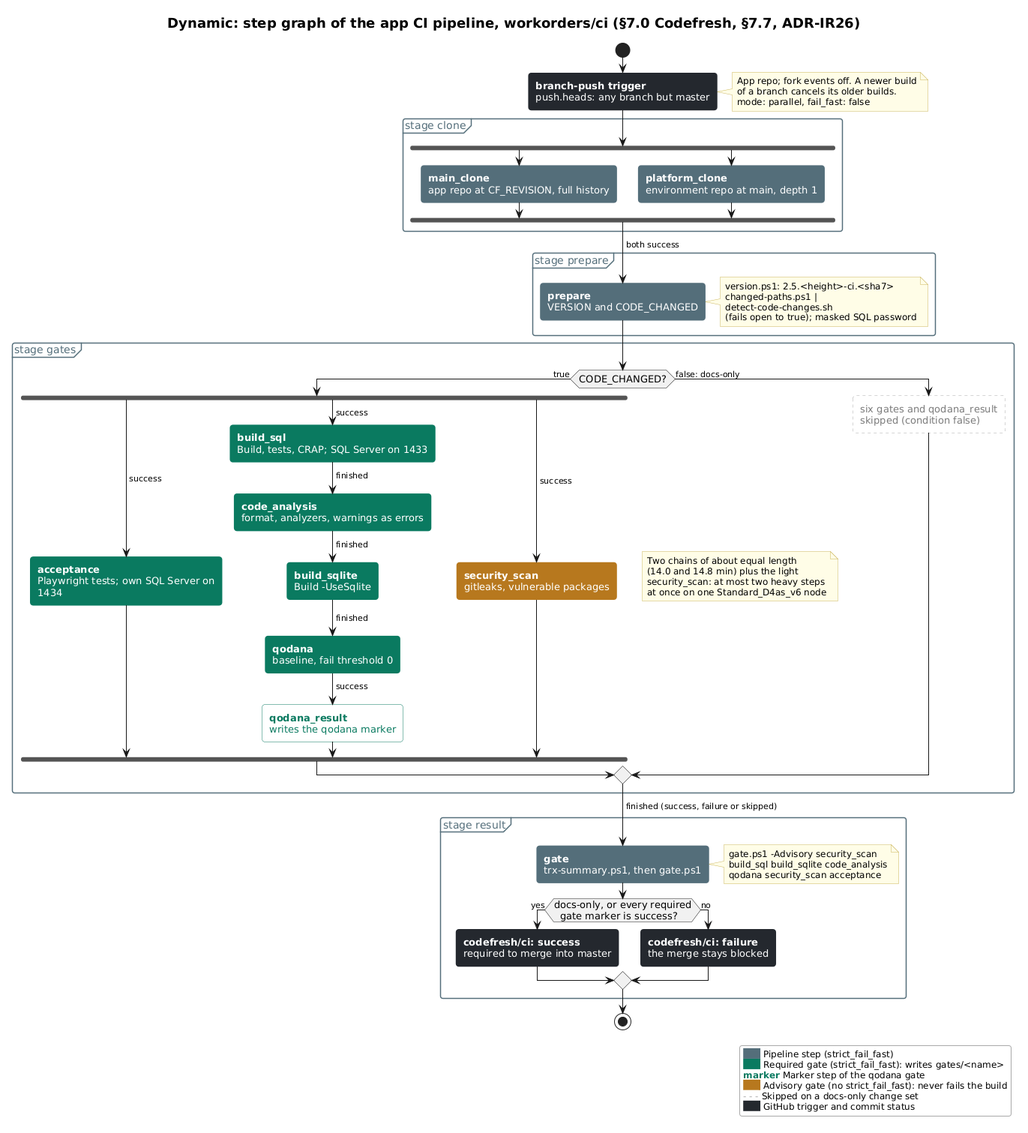
This is design/diagrams/dyn-ci-pipeline.png from clearmeasure-aisf-sample-apps/basic-environment-octopus-codefresh, a PlantUML export, as it was before one commit.
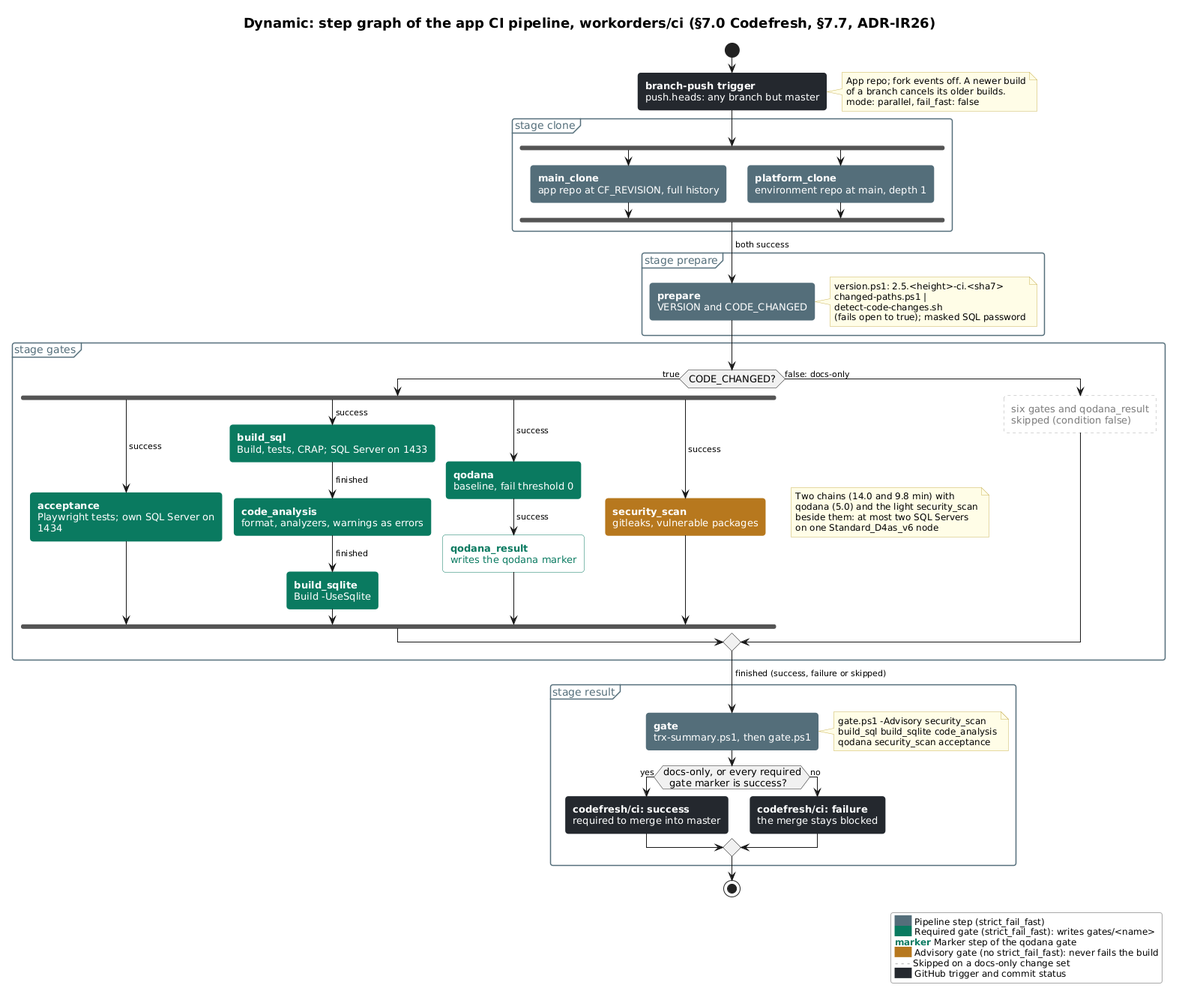
Above is the later version.

Commit message:
workorders: run qodana beside the gate chains (criterion 8 fallback)

What changed in the source:
```diff
@@ -101,7 +101,8 @@
       -> finished;
       :**build_sqlite**
       Build -UseSqlite; <<gate>>
-      -> finished;
+    fork again
+      -> success;
       :**qodana**
       baseline, fail threshold 0; <<gate>>
       -> success;
@@ -113,10 +114,10 @@
       gitleaks, vulnerable packages; <<advisory>>
     end fork
     note right
-      Two chains of about equal length
-      (14.0 and 14.8 min) plus the light
-      security_scan: at most two heavy steps
-      at once on one Standard_D4as_v6 node
+      Two chains (14.0 and 9.8 min) with
+      qodana (5.0) and the light security_scan
+      beside them: at most two SQL Servers
+      on one Standard_D4as_v6 node
     end note
   else (false: docs-only)
     :six gates and qodana_result
```
